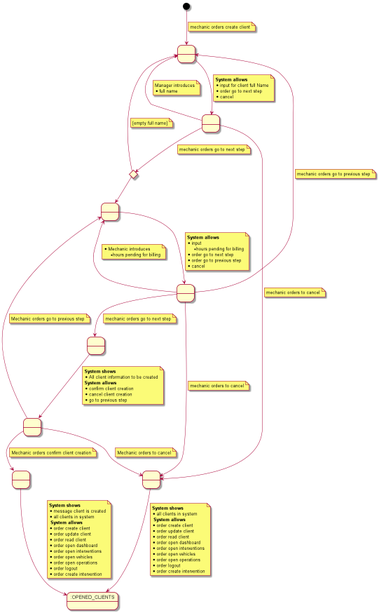
This is documentation/1requiremets/usecases_specification/png/createClient.png from Ruskab/agrimManager, a PlantUML export, as it was before one commit. Source of this version:
```plantuml
@startuml

state 1 as " "
state A0 as " "
state A1 as " "
state 2 as " "
state 3 <<choice>>
state 4 as " "
state 6 as " "
state 7 as " "
state 11 as " "
state 9 as ":OPENED_CLIENTS"

[*] --> 1
note on link
    mechanic orders create client
end note

1 --> 2
note on link
    <b>System allows</b>
    * input for client full Name
    * order go to next step
    * cancel
end note

2 --> 1
note on link
    Manager introduces
    * full name
end note

2 --> 11
note on link
 mechanic orders to cancel
end note

2 --> 3
note on link
 mechanic orders go to next step
end note

3 --> 1
note on link
    [empty full name]
end note

3 --> 4

4 --> A0
note on link
    <b>System allows</b>
    * input
    **hours pending for billing
    * order go to next step
    * order go to previous step
    * cancel
end note


A0 --> 4
note on link
    * Mechanic introduces
    ** hours pending for billing
end note

A0 --> 1
note on link
    mechanic orders go to previous step
end note

A0 --> 11
note on link
    mechanic orders to cancel
end note

A0 --> A1
note on link
    mechanic orders go to next step
end note

A1 --> 6
note on link
    <b>System shows</b>
    * All client information to be created
    <b>System allows</b>
    *confirm client creation
    *cancel client creation
    *go to previous step
end note

6 --> 7
note on link
 Mechanic orders confirm client creation
end note

6 --> 4
note on link
    Mechanic orders go to previous step
end note

6 --> 11
note on link
    Mechanic orders to cancel
end note

11 --> 9
note on link
    <b>System shows</b>
    * all clients in system
     <b>System allows</b>
    * order create client
    * order update client
    * order read client
    * order open dashboard
    * order open interventions
    * order open vehicles
    * order open operations
    * order logout
    * order create intervention
end note

7 --> 9
note on link
<b>System shows</b>
* message client is created
* all clients in system
 <b>System allows</b>
* order create client
* order update client
* order read client
* order open dashboard
* order open interventions
* order open vehicles
* order open operations
* order logout
* order create intervention
end note
@enduml
```
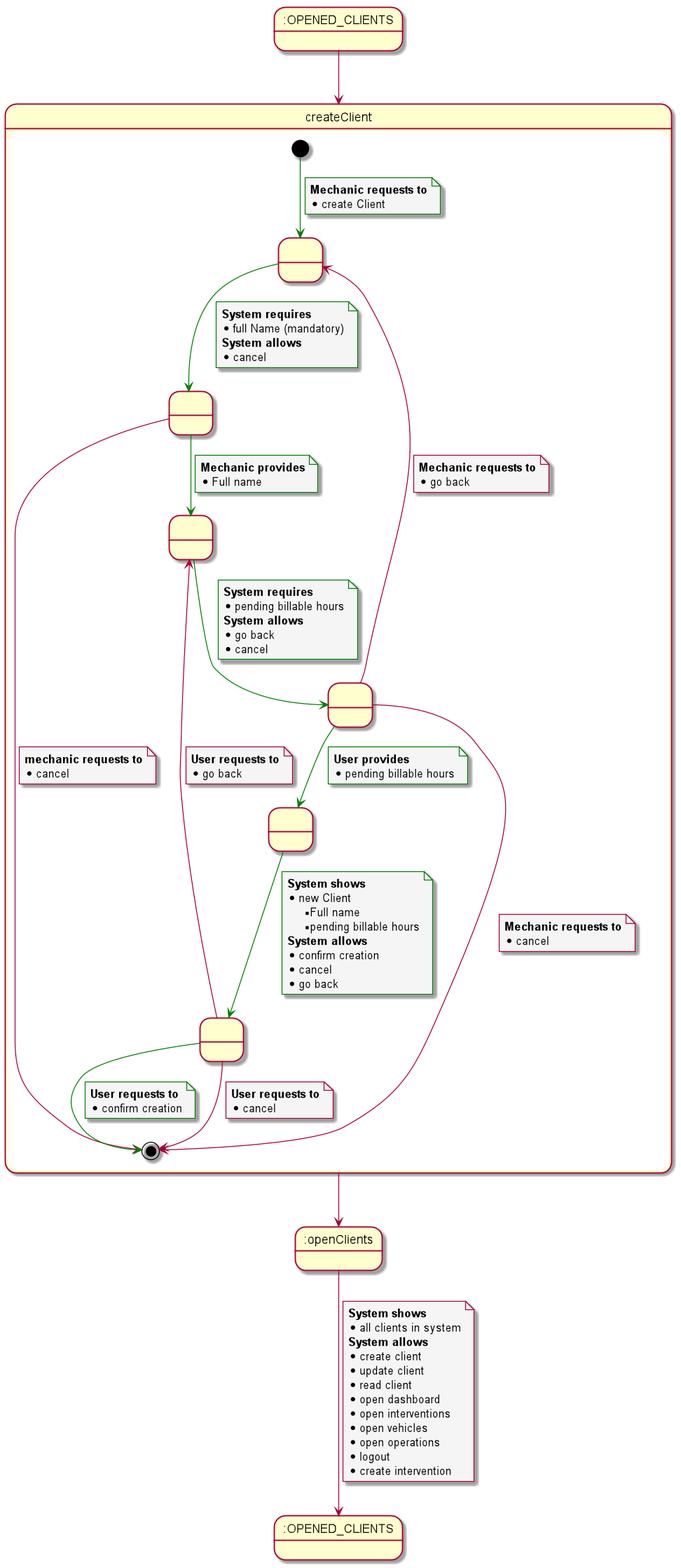
Above is the later version.

What changed in the source:
```diff
@@ -1,139 +1,123 @@
 @startuml
+skinparam {
+    NoteBackgroundColor #whiteSmoke
+}
 
+state initState as ":OPENED_CLIENTS"
+state OPENED_CLIENTS as ":OPENED_CLIENTS"
+state openClients as ":openClients"
+
+
+initState --> createClient
+
+state createClient {
 state 1 as " "
 state A0 as " "
 state A1 as " "
 state 2 as " "
-state 3 <<choice>>
 state 4 as " "
 state 6 as " "
-state 7 as " "
-state 11 as " "
-state 9 as ":OPENED_CLIENTS"
 
-[*] --> 1
+[*]  -[#Green]-> 1
 note on link
-    mechanic orders create client
+    <b>Mechanic requests to</b>
+    * create Client
 end note
 
-1 --> 2
+1 -[#Green]-> 2
 note on link
+    <b>System requires</b>
+    * full Name (mandatory)
     <b>System allows</b>
-    * input for client full Name
-    * order go to next step
     * cancel
 end note
 
-2 --> 1
+2 --> [*]
 note on link
-    Manager introduces
-    * full name
+<b>mechanic requests to
+* cancel
 end note
 
-2 --> 11
+2 -[#Green]-> 4
 note on link
- mechanic orders to cancel
+<b>Mechanic provides</b>
+* Full name
 end note
 
-2 --> 3
+4 -[#Green]-> A0
 note on link
- mechanic orders go to next step
-end note
-
-3 --> 1
-note on link
-    [empty full name]
-end note
-
-3 --> 4
-
-4 --> A0
-note on link
-    <b>System allows</b>
-    * input
-    **hours pending for billing
-    * order go to next step
-    * order go to previous step
-    * cancel
-end note
-
-
-A0 --> 4
-note on link
-    * Mechanic introduces
-    ** hours pending for billing
+<b>System requires</b>
+* pending billable hours
+<b>System allows</b>
+* go back
+* cancel
 end note
 
 A0 --> 1
 note on link
-    mechanic orders go to previous step
+<b>Mechanic requests to</b>
+* go back
 end note
 
-A0 --> 11
+
+A0 --> [*]
 note on link
-    mechanic orders to cancel
+<b>Mechanic requests to</b>
+* cancel
 end note
 
-A0 --> A1
+A0 -[#Green]-> A1
 note on link
-    mechanic orders go to next step
+<b>User provides</b>
+* pending billable hours
 end note
 
-A1 --> 6
+A1 -[#Green]-> 6
 note on link
     <b>System shows</b>
-    * All client information to be created
+    * new Client
+    ** Full name
+    ** pending billable hours
     <b>System allows</b>
-    *confirm client creation
-    *cancel client creation
-    *go to previous step
+    *confirm creation
+    *cancel
+    *go back
 end note
 
-6 --> 7
+6 -[#Green]-> [*]
 note on link
- Mechanic orders confirm client creation
+<b>User requests to</b>
+* confirm creation
+end note
+6 --> 4
+note on link
+<b>User requests to</b>
+* go back
 end note
 
-6 --> 4
+6 --> [*]
 note on link
-    Mechanic orders go to previous step
+<b>User requests to</b>
+* cancel
+end note
+}
+
+createClient --> openClients
+
+openClients --> OPENED_CLIENTS
+note on link
+<b>System shows</b>
+* all clients in system
+<b>System allows</b>
+* create client
+* update client
+* read client
+* open dashboard
+* open interventions
+* open vehicles
+* open operations
+* logout
+* create intervention
 end note
 
-6 --> 11
-note on link
-    Mechanic orders to cancel
-end note
-
-11 --> 9
-note on link
-    <b>System shows</b>
-    * all clients in system
-     <b>System allows</b>
-    * order create client
-    * order update client
-    * order read client
-    * order open dashboard
-    * order open interventions
-    * order open vehicles
-    * order open operations
-    * order logout
-    * order create intervention
-end note
-
-7 --> 9
-note on link
-<b>System shows</b>
-* message client is created
-* all clients in system
- <b>System allows</b>
-* order create client
-* order update client
-* order read client
-* order open dashboard
-* order open interventions
-* order open vehicles
-* order open operations
-* order logout
-* order create intervention
-end note
 @enduml
```
